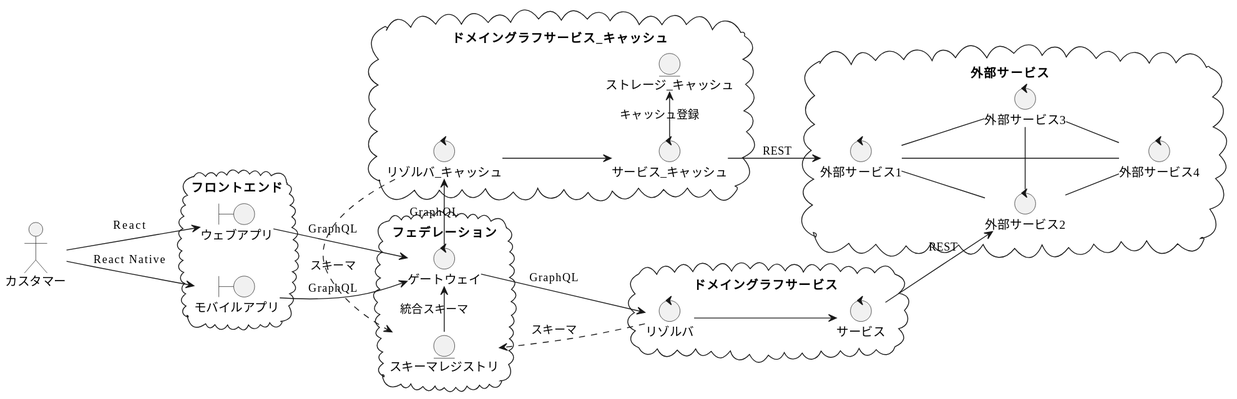
The PlantUML diagram docs/arch/images.svg in nilcy/monorepo, before a commit. Its diagram source:
```plantuml
@startuml
skinparam monochrome true
skinparam handwritten false
skinparam defaultFontName "Yu Gothic UI, sans-serif"
left to right direction
actor カスタマー
cloud フロントエンド {
    boundary ウェブアプリ
    boundary モバイルアプリ
    カスタマー --> ウェブアプリ : React
    カスタマー --> モバイルアプリ : React Native
}
cloud フェデレーション {
    control ゲートウェイ
    entity スキーマレジストリ
    ウェブアプリ --> ゲートウェイ : GraphQL
    モバイルアプリ --> ゲートウェイ : GraphQL
    ゲートウェイ <- スキーマレジストリ : 統合スキーマ
}
cloud ドメイングラフサービス_キャッシュ {
    control リゾルバ_キャッシュ
    control サービス_キャッシュ
    entity ストレージ_キャッシュ
    ゲートウェイ --> リゾルバ_キャッシュ : GraphQL
    リゾルバ_キャッシュ --> サービス_キャッシュ
    サービス_キャッシュ -> ストレージ_キャッシュ : キャッシュ登録
    リゾルバ_キャッシュ ..> スキーマレジストリ : スキーマ
}
cloud ドメイングラフサービス {
    control リゾルバ
    control サービス
    ゲートウェイ --> リゾルバ : GraphQL
    リゾルバ --> サービス
    リゾルバ ..> スキーマレジストリ : スキーマ
}
cloud 外部サービス {
    control 外部サービス1
    control 外部サービス2
    control 外部サービス3
    control 外部サービス4
    外部サービス1 - 外部サービス2
    外部サービス1 -- 外部サービス3
    外部サービス1 - 外部サービス4
    外部サービス2 -- 外部サービス4
    外部サービス3 - 外部サービス4
    外部サービス3 - 外部サービス2
}
サービス_キャッシュ --> 外部サービス1 : REST
サービス --> 外部サービス2 : REST
@enduml
```
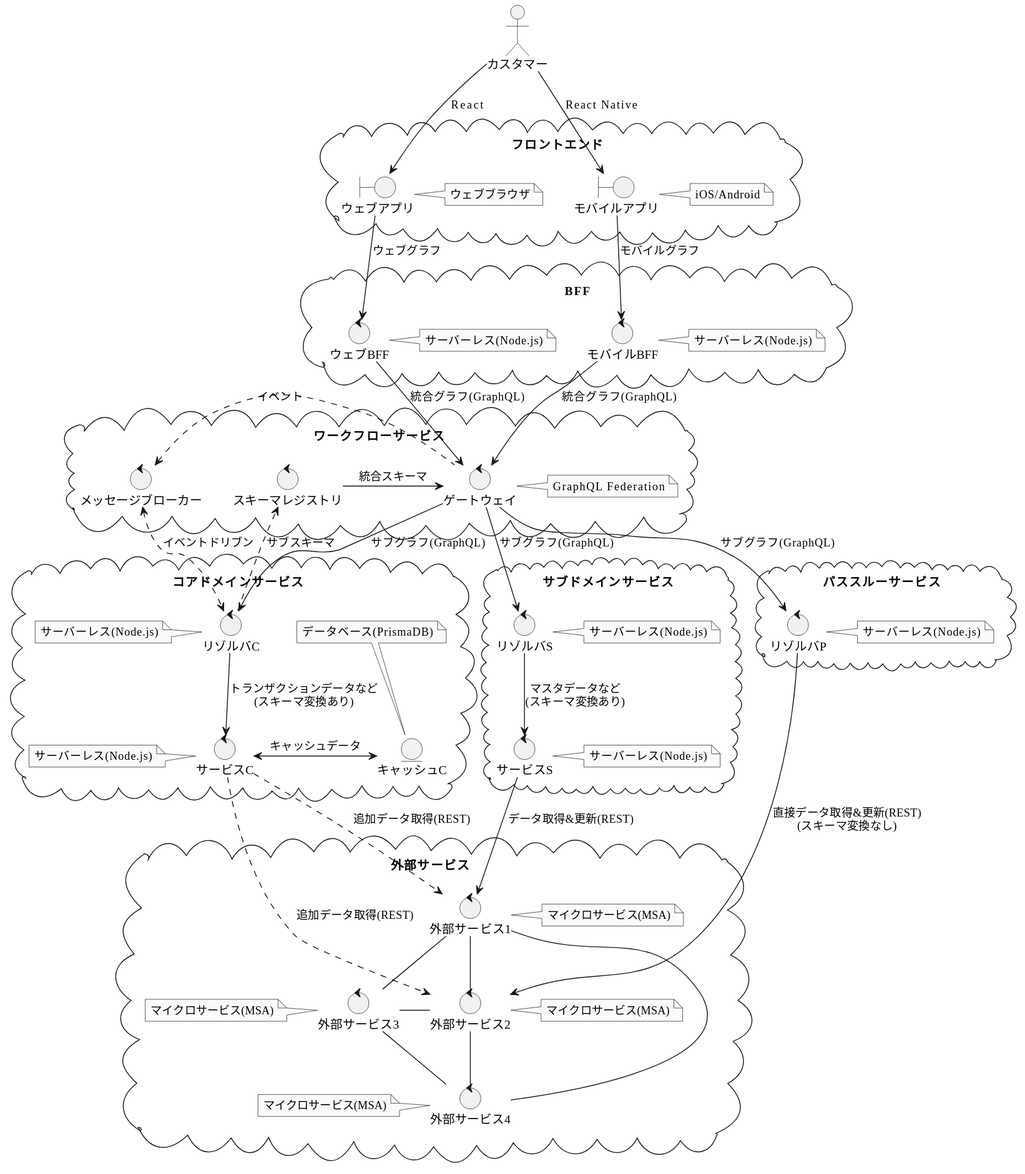
Later version of the same file.

What changed in the source:
```diff
@@ -2,42 +2,68 @@
 skinparam monochrome true
 skinparam handwritten false
 skinparam defaultFontName "Yu Gothic UI, sans-serif"
-left to right direction
 actor カスタマー
 cloud フロントエンド {
     boundary ウェブアプリ
+    note right: ウェブブラウザ
     boundary モバイルアプリ
+    note right: iOS/Android
     カスタマー --> ウェブアプリ : React
     カスタマー --> モバイルアプリ : React Native
 }
-cloud フェデレーション {
+cloud BFF {
+    control ウェブBFF
+    note right: サーバーレス(Node.js)
+    control モバイルBFF
+    note right: サーバーレス(Node.js)
+    ウェブアプリ --> ウェブBFF : ウェブグラフ
+    モバイルアプリ --> モバイルBFF : モバイルグラフ
+}
+cloud ワークフローサービス {
     control ゲートウェイ
-    entity スキーマレジストリ
-    ウェブアプリ --> ゲートウェイ : GraphQL
-    モバイルアプリ --> ゲートウェイ : GraphQL
+    note right: GraphQL Federation
+    control スキーマレジストリ
+    control メッセージブローカー
+    ウェブBFF --> ゲートウェイ : 統合グラフ(GraphQL)
+    モバイルBFF --> ゲートウェイ : 統合グラフ(GraphQL)
     ゲートウェイ <- スキーマレジストリ : 統合スキーマ
+    メッセージブローカー <. ゲートウェイ : イベント
 }
-cloud ドメイングラフサービス_キャッシュ {
-    control リゾルバ_キャッシュ
-    control サービス_キャッシュ
-    entity ストレージ_キャッシュ
-    ゲートウェイ --> リゾルバ_キャッシュ : GraphQL
-    リゾルバ_キャッシュ --> サービス_キャッシュ
-    サービス_キャッシュ -> ストレージ_キャッシュ : キャッシュ登録
-    リゾルバ_キャッシュ ..> スキーマレジストリ : スキーマ
+cloud コアドメインサービス {
+    control リゾルバC
+    note left: サーバーレス(Node.js)
+    control サービスC
+    note left: サーバーレス(Node.js)
+    entity キャッシュC
+    note top: データベース(PrismaDB)
+    ゲートウェイ --> リゾルバC : サブグラフ(GraphQL)
+    メッセージブローカー <..> リゾルバC : イベントドリブン
+    リゾルバC --> サービスC : トランザクションデータなど\n(スキーマ変換あり)
+    サービスC <-> キャッシュC : キャッシュデータ
+    リゾルバC ..> スキーマレジストリ : サブスキーマ
 }
-cloud ドメイングラフサービス {
-    control リゾルバ
-    control サービス
-    ゲートウェイ --> リゾルバ : GraphQL
-    リゾルバ --> サービス
-    リゾルバ ..> スキーマレジストリ : スキーマ
+cloud サブドメインサービス {
+    control リゾルバS
+    note right: サーバーレス(Node.js)
+    control サービスS
+    note right: サーバーレス(Node.js)
+    ゲートウェイ --> リゾルバS : サブグラフ(GraphQL)
+    リゾルバS --> サービスS : マスタデータなど\n(スキーマ変換あり)
+}
+cloud パススルーサービス {
+    control リゾルバP
+    note right: サーバーレス(Node.js)
+    ゲートウェイ --> リゾルバP : サブグラフ(GraphQL)
 }
 cloud 外部サービス {
     control 外部サービス1
+    note right: マイクロサービス(MSA)
     control 外部サービス2
+    note right: マイクロサービス(MSA)
     control 外部サービス3
+    note left: マイクロサービス(MSA)
     control 外部サービス4
+    note left: マイクロサービス(MSA)
     外部サービス1 - 外部サービス2
     外部サービス1 -- 外部サービス3
     外部サービス1 - 外部サービス4
@@ -45,6 +71,8 @@
     外部サービス3 - 外部サービス4
     外部サービス3 - 外部サービス2
 }
-サービス_キャッシュ --> 外部サービス1 : REST
-サービス --> 外部サービス2 : REST
+サービスC ..> 外部サービス1 : 追加データ取得(REST)
+サービスC ..> 外部サービス2 : 追加データ取得(REST)
+サービスS --> 外部サービス1 : データ取得&更新(REST)
+リゾルバP --> 外部サービス2 : 直接データ取得&更新(REST)\n(スキーマ変換なし)
 @enduml
```
